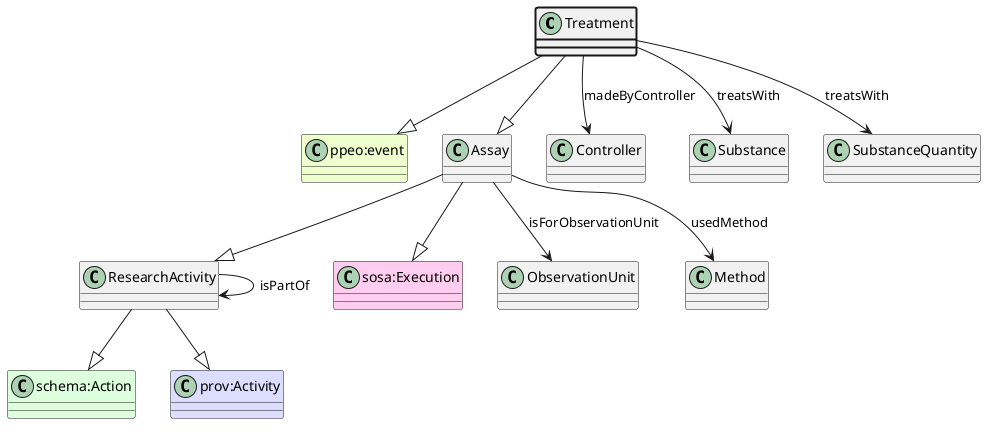
The PlantUML diagram ttl_uml/ttl_appn_Treatment.png in aus-plant-phenomics-network/appn-schema, before a commit.
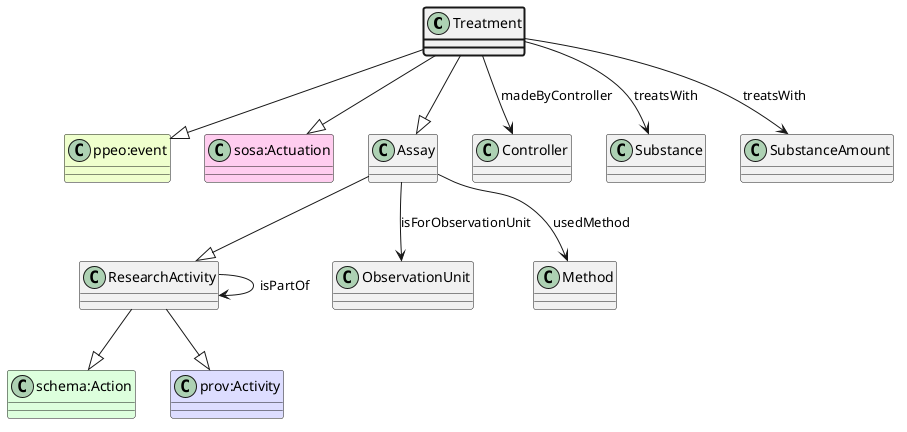
After the change.

Change to the diagram source:
```diff
@@ -2,6 +2,8 @@
 class Treatment  #line.bold
 class "ppeo:event" #EEFFCC
 Treatment --|> "ppeo:event"
+class "sosa:Actuation" #FFCCEE
+Treatment --|> "sosa:Actuation"
 class Assay
 class ResearchActivity
 class "schema:Action" #DDFFDD
@@ -9,15 +11,13 @@
 class "prov:Activity" #DDDDFF
 ResearchActivity --|> "prov:Activity"
 Assay --|> ResearchActivity
-class "sosa:Execution" #FFCCEE
-Assay --|> "sosa:Execution"
 Treatment --|> Assay
 class Controller
 Treatment --> Controller : madeByController
 class Substance
 Treatment --> Substance : treatsWith
-class SubstanceQuantity
-Treatment --> SubstanceQuantity : treatsWith
+class SubstanceAmount
+Treatment --> SubstanceAmount : treatsWith
 class ObservationUnit
 Assay --> ObservationUnit : isForObservationUnit
 class Method
```
